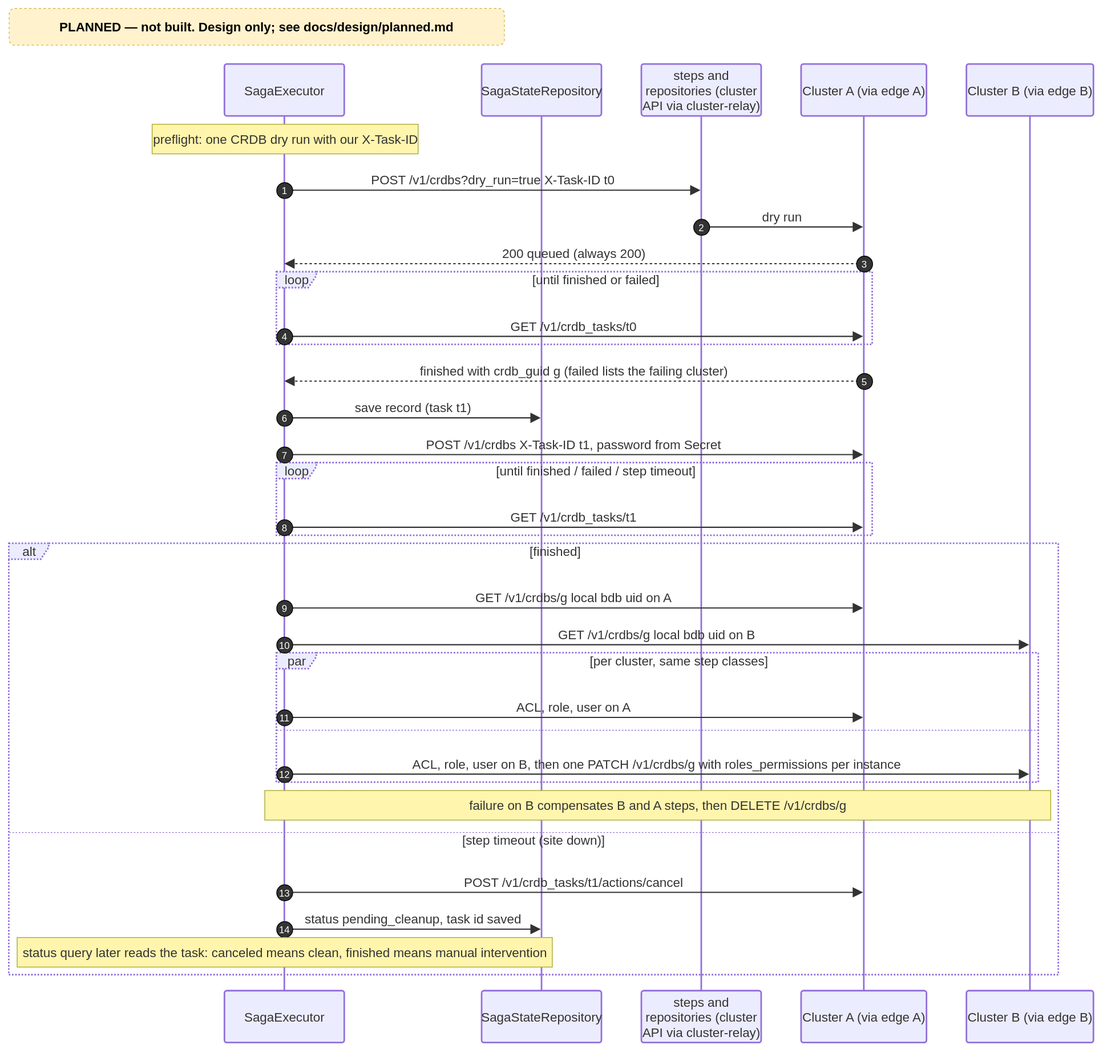
This is docs/diagrams/planned/p1-seq-create-active-active.drawio.svg from EliShteinman/redis-enterprise-services, a draw.io export, as it was before one commit. Source tidied: cells renumbered, new cells last; positions are measured from the earlier drawing's top-left corner, leaving out a move shared by most shapes.
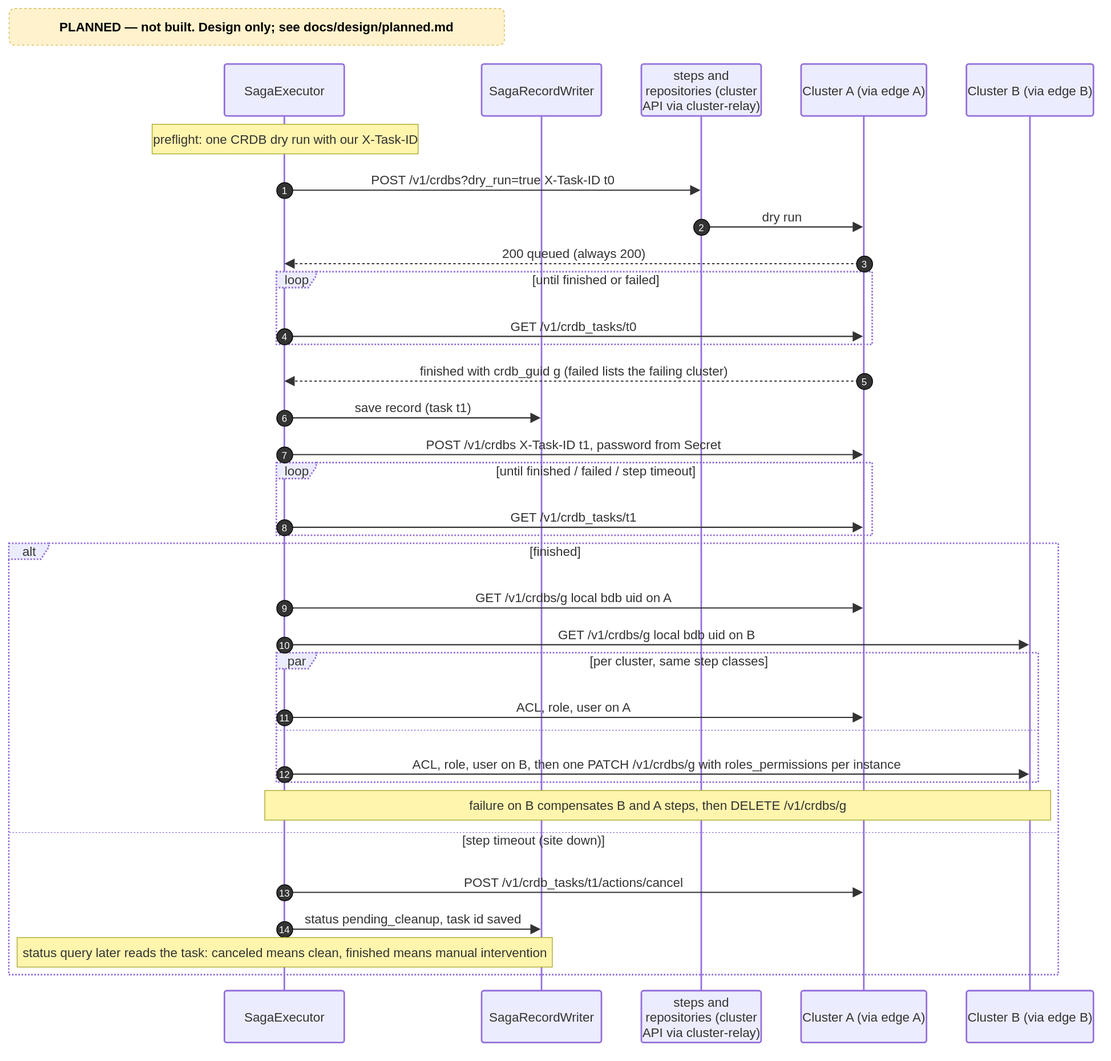
Later version of the same file.

Change to the diagram source:
```diff
@@ -5,7 +5,7 @@
     <mxCell id="2" value="SagaExecutor" style="html=1;shape=umlLifeline;perimeter=lifelinePerimeter;whiteSpace=wrap;outlineConnect=0;portConstraint=eastwest;newEdgeStyle={&quot;edgeStyle&quot;:&quot;sequenceEdgeStyle&quot;,&quot;libavoidRouting&quot;:0,&quot;curved&quot;:0,&quot;rounded&quot;:0};lifelineDashed=0;strokeWidth=2;rounded=1;absoluteArcSize=1;arcSize=6;lifelineColor=light-dark(#9370DB,#cccccc);size=65;lifelineMirror=1;fillColor=light-dark(#ECECFF,#1f2020);strokeColor=light-dark(#9370DB,#cccccc);fontColor=light-dark(#333333,#cccccc);fontFamily=Trebuchet MS,Verdana,Arial,sans-serif;fontSize=16;" parent="1" vertex="1">
       <mxGeometry x="270" y="70" width="150" height="1225" as="geometry" />
     </mxCell>
-    <mxCell id="3" value="SagaStateRepository" style="html=1;shape=umlLifeline;perimeter=lifelinePerimeter;whiteSpace=wrap;outlineConnect=0;portConstraint=eastwest;newEdgeStyle={&quot;edgeStyle&quot;:&quot;sequenceEdgeStyle&quot;,&quot;libavoidRouting&quot;:0,&quot;curved&quot;:0,&quot;rounded&quot;:0};lifelineDashed=0;strokeWidth=2;rounded=1;absoluteArcSize=1;arcSize=6;lifelineColor=light-dark(#9370DB,#cccccc);size=65;lifelineMirror=1;fillColor=light-dark(#ECECFF,#1f2020);strokeColor=light-dark(#9370DB,#cccccc);fontColor=light-dark(#333333,#cccccc);fontFamily=Trebuchet MS,Verdana,Arial,sans-serif;fontSize=16;" parent="1" vertex="1">
+    <mxCell id="3" value="SagaRecordWriter" style="html=1;shape=umlLifeline;perimeter=lifelinePerimeter;whiteSpace=wrap;outlineConnect=0;portConstraint=eastwest;newEdgeStyle={&quot;edgeStyle&quot;:&quot;sequenceEdgeStyle&quot;,&quot;libavoidRouting&quot;:0,&quot;curved&quot;:0,&quot;rounded&quot;:0};lifelineDashed=0;strokeWidth=2;rounded=1;absoluteArcSize=1;arcSize=6;lifelineColor=light-dark(#9370DB,#cccccc);size=65;lifelineMirror=1;fillColor=light-dark(#ECECFF,#1f2020);strokeColor=light-dark(#9370DB,#cccccc);fontColor=light-dark(#333333,#cccccc);fontFamily=Trebuchet MS,Verdana,Arial,sans-serif;fontSize=16;" parent="1" vertex="1">
       <mxGeometry x="592" y="70" width="150" height="1225" as="geometry" />
     </mxCell>
     <mxCell id="4" value="steps and repositories (cluster API via cluster-relay)" style="html=1;shape=umlLifeline;perimeter=lifelinePerimeter;whiteSpace=wrap;outlineConnect=0;portConstraint=eastwest;newEdgeStyle={&quot;edgeStyle&quot;:&quot;sequenceEdgeStyle&quot;,&quot;libavoidRouting&quot;:0,&quot;curved&quot;:0,&quot;rounded&quot;:0};lifelineDashed=0;strokeWidth=2;rounded=1;absoluteArcSize=1;arcSize=6;lifelineColor=light-dark(#9370DB,#cccccc);size=65;lifelineMirror=1;fillColor=light-dark(#ECECFF,#1f2020);strokeColor=light-dark(#9370DB,#cccccc);fontColor=light-dark(#333333,#cccccc);fontFamily=Trebuchet MS,Verdana,Arial,sans-serif;fontSize=16;" parent="1" vertex="1">
```
